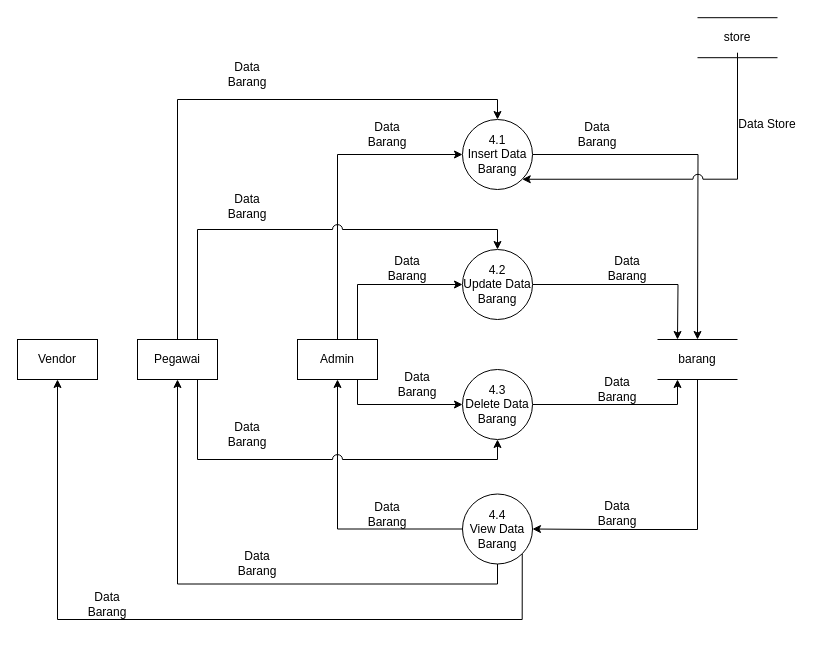
umarshd/dfd-skripsi keeps this draw.io diagram as page "DFD Level 2 Proses 4" (6 of 18) of Sistem Informasi dan Inventory/Sistem informasi penjualan dan inventory.drawio. Above is the earlier version. Source tidied: cells renumbered, new cells numbered last; positions are measured from the earlier drawing's top-left corner, leaving out a move shared by most shapes. Both pictures are drawn from the tidied source at 100%, with x=0, y=0 at pixel (17, 17).
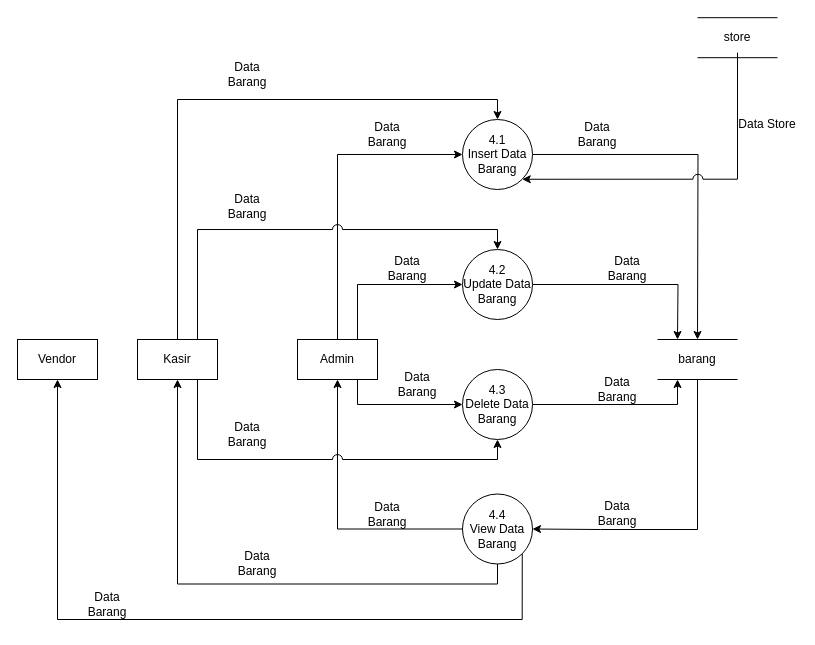
The same page after the edit.

Change to the diagram source:
```diff
@@
-    <mxCell id="30" value="Pegawai" style="rounded=0;whiteSpace=wrap;html=1;" parent="1" vertex="1">
+    <mxCell id="30" value="Kasir" style="rounded=0;whiteSpace=wrap;html=1;" parent="1" vertex="1">
       <mxGeometry x="120" y="322" width="80" height="40" as="geometry" />
     </mxCell>
```
